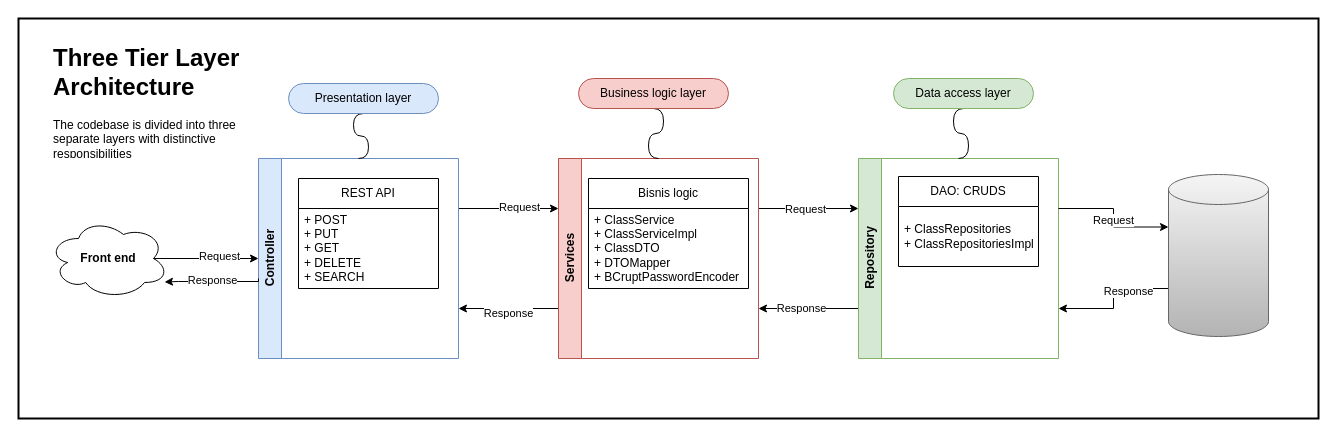
Above: three tier layer arch pattern.drawio in jarisiber/layer-architecture (draw.io), before the change. Source tidied: cells renumbered, new cells numbered last; positions are measured from the earlier drawing's top-left corner, leaving out a move shared by most shapes. Both pictures are drawn from the tidied source at 100%, with x=0, y=0 at pixel (18, 18).
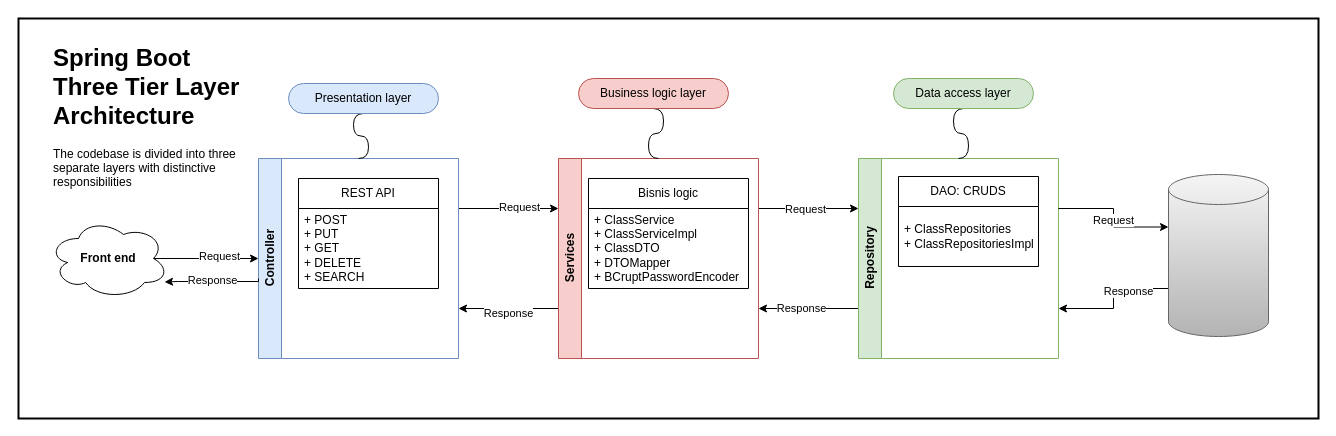
The same diagram, later.

The edit, as a diff of the source:
```diff
@@
-    <mxCell id="30" value="&lt;h1&gt;Three Tier Layer Architecture&lt;/h1&gt;&lt;p&gt;The codebase is divided into three separate layers with distinctive responsibilities&lt;/p&gt;" style="text;html=1;strokeColor=none;fillColor=none;spacing=5;spacingTop=-20;whiteSpace=wrap;overflow=hidden;rounded=0;" parent="1" vertex="1">
-      <mxGeometry x="30" y="20" width="200" height="120" as="geometry" />
+    <mxCell id="30" value="&lt;h1&gt;Spring Boot Three Tier Layer Architecture&lt;/h1&gt;&lt;p&gt;The codebase is divided into three separate layers with distinctive responsibilities&lt;/p&gt;" style="text;html=1;strokeColor=none;fillColor=none;spacing=5;spacingTop=-20;whiteSpace=wrap;overflow=hidden;rounded=0;" parent="1" vertex="1">
+      <mxGeometry x="30" y="20" width="200" height="160" as="geometry" />
     </mxCell>
```
